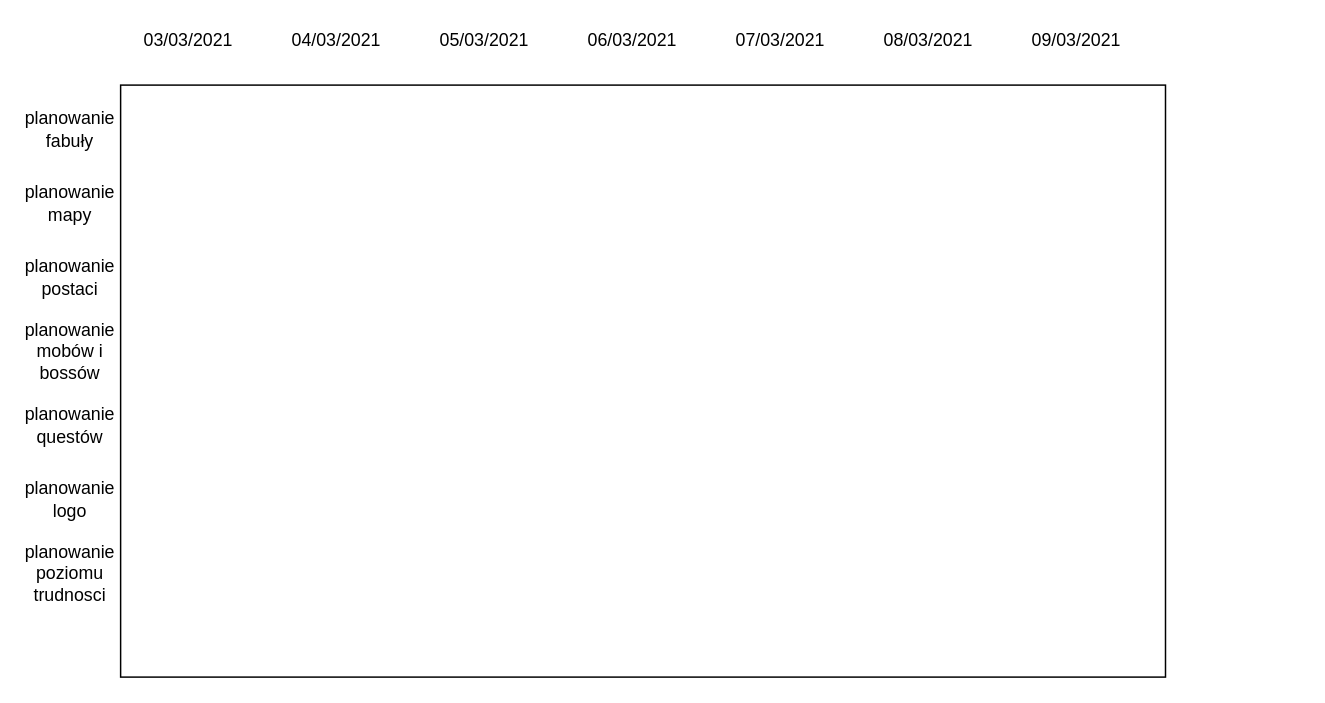
Earlier version of the draw.io diagram diablo planowanie.drawio (zabuza013/wioslo). Source tidied: cells renumbered, new cells numbered last; positions are measured from the earlier drawing's top-left corner, leaving out a move shared by most shapes. Both pictures are drawn from the tidied source at 148%, with x=0, y=0 at pixel (40, 25).
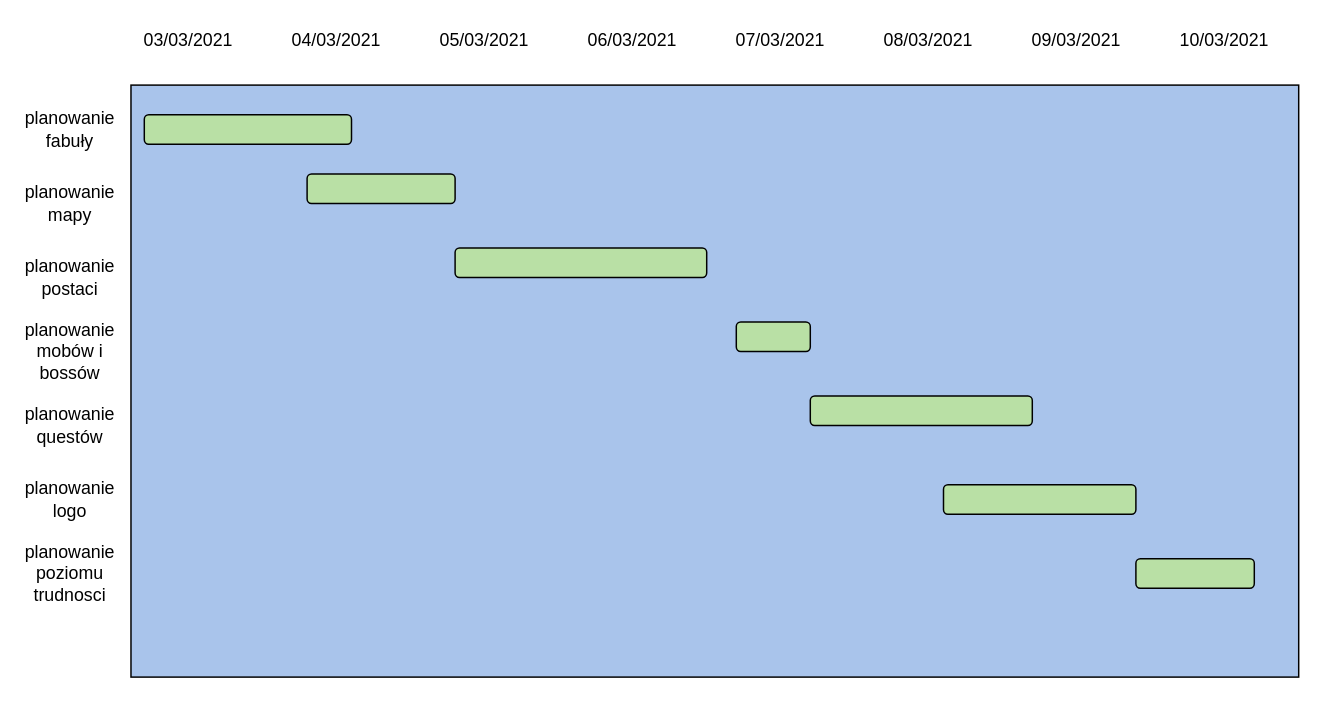
The same diagram, later.

Diff of the diagram source:
```diff
@@
-    <mxCell id="2" style="rounded=0;whiteSpace=wrap;html=1;" parent="1" vertex="1">
-      <mxGeometry x="54" y="40" width="706" height="400" as="geometry" />
+    <mxCell id="2" style="rounded=0;whiteSpace=wrap;html=1;fillColor=#A9C4EB;" parent="1" vertex="1">
+      <mxGeometry x="61" y="40" width="789" height="400" as="geometry" />
     </mxCell>
@@
+    <mxCell id="17" style="rounded=1;whiteSpace=wrap;html=1;fillColor=#B9E0A5;" parent="1" vertex="1">
+      <mxGeometry x="70" y="60" width="140" height="20" as="geometry" />
+    </mxCell>
+    <mxCell id="18" style="rounded=1;whiteSpace=wrap;html=1;fillColor=#B9E0A5;" parent="1" vertex="1">
+      <mxGeometry x="180" y="100" width="100" height="20" as="geometry" />
+    </mxCell>
+    <mxCell id="19" style="rounded=1;whiteSpace=wrap;html=1;fillColor=#B9E0A5;" parent="1" vertex="1">
+      <mxGeometry x="280" y="150" width="170" height="20" as="geometry" />
+    </mxCell>
+    <mxCell id="20" style="rounded=1;whiteSpace=wrap;html=1;fillColor=#B9E0A5;" parent="1" vertex="1">
+      <mxGeometry x="470" y="200" width="50" height="20" as="geometry" />
+    </mxCell>
+    <mxCell id="21" style="rounded=1;whiteSpace=wrap;html=1;fillColor=#B9E0A5;" parent="1" vertex="1">
+      <mxGeometry x="520" y="250" width="150" height="20" as="geometry" />
+    </mxCell>
+    <mxCell id="22" value="10/03/2021" style="text;html=1;strokeColor=none;fillColor=none;align=center;verticalAlign=middle;whiteSpace=wrap;rounded=0;" parent="1" vertex="1">
+      <mxGeometry x="780" width="40" height="20" as="geometry" />
+    </mxCell>
+    <mxCell id="23" style="rounded=1;whiteSpace=wrap;html=1;fillColor=#B9E0A5;" parent="1" vertex="1">
+      <mxGeometry x="610" y="310" width="130" height="20" as="geometry" />
+    </mxCell>
+    <mxCell id="24" style="rounded=1;whiteSpace=wrap;html=1;fillColor=#B9E0A5;" parent="1" vertex="1">
+      <mxGeometry x="740" y="360" width="80" height="20" as="geometry" />
+    </mxCell>
```
